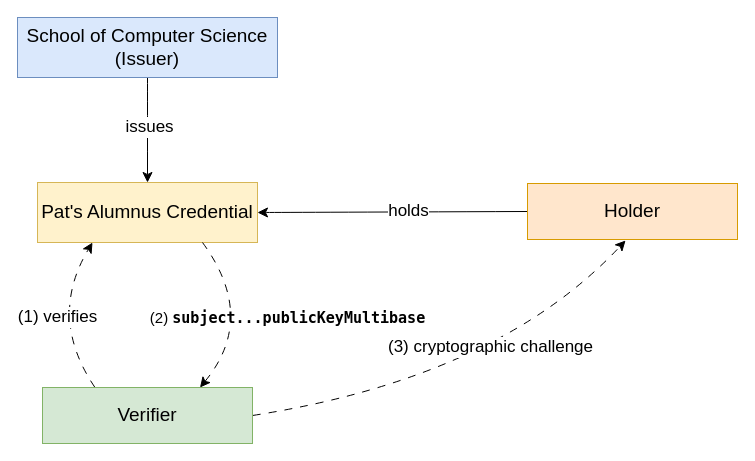
Earlier version of the draw.io diagram diagrams/confidence_chart.drawio (w3c/vc-overview). Source tidied: cells renumbered, new cells numbered last; positions are measured from the earlier drawing's top-left corner, leaving out a move shared by most shapes. Both pictures are drawn from the tidied source at 100%, with x=0, y=0 at pixel (17, 17).
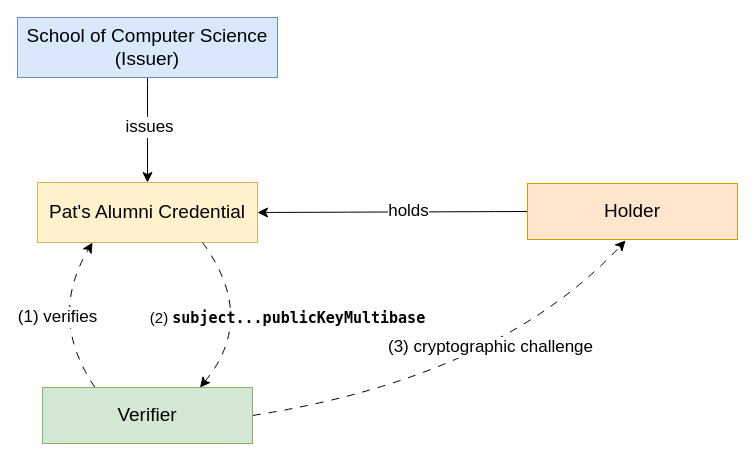
Above is the later version.

Change to the diagram source:
```diff
@@
 <mxGraphModel>
   <root>
     <mxCell id="0" />
     <mxCell id="1" parent="0" />
     <mxCell id="2" style="edgeStyle=none;curved=1;rounded=0;jettySize=auto;html=1;exitX=1;exitY=0.5;exitDx=0;exitDy=0;entryX=0;entryY=0.5;entryDx=0;entryDy=0;fontSize=12;startSize=8;endSize=8;startArrow=classic;startFill=1;endArrow=none;endFill=0;" parent="1" edge="1" source="4" target="13">
       <mxGeometry relative="1" as="geometry" />
     </mxCell>
     <mxCell id="3" value="&lt;font style=&quot;font-size: 17px;&quot;&gt;holds&lt;/font&gt;" style="edgeLabel;html=1;align=center;verticalAlign=middle;fontSize=12;" parent="2" vertex="1">
       <mxGeometry x="0.12" y="1" relative="1" as="geometry" />
     </mxCell>
-    <mxCell id="4" value="&lt;font style=&quot;font-size: 19px;&quot;&gt;Pat's Alumnus Credential&lt;/font&gt;" style="rounded=0;whiteSpace=wrap;html=1;fillColor=#fff2cc;strokeColor=#d6b656;" parent="1" vertex="1">
+    <mxCell id="4" value="&lt;font style=&quot;font-size: 19px;&quot;&gt;Pat's Alumni Credential&lt;/font&gt;" style="rounded=0;whiteSpace=wrap;html=1;fillColor=#fff2cc;strokeColor=#d6b656;" parent="1" vertex="1">
       <mxGeometry x="20" y="165" width="220" height="60" as="geometry" />
     </mxCell>
     <mxCell id="5" style="edgeStyle=none;curved=1;rounded=0;jettySize=auto;html=1;exitX=0.5;exitY=1;exitDx=0;exitDy=0;entryX=0.5;entryY=0;entryDx=0;entryDy=0;fontSize=12;startSize=8;endSize=8;" parent="1" edge="1" source="7" target="4">
       <mxGeometry relative="1" as="geometry" />
     </mxCell>
     <mxCell id="6" value="&lt;font style=&quot;font-size: 17px;&quot;&gt;issues&lt;/font&gt;" style="edgeLabel;html=1;align=center;verticalAlign=middle;fontSize=12;" parent="5" vertex="1">
       <mxGeometry x="-0.08" y="1" relative="1" as="geometry">
         <mxPoint y="1" as="offset" />
       </mxGeometry>
     </mxCell>
     <mxCell id="7" value="&lt;font style=&quot;font-size: 19px;&quot;&gt;School of Computer Science&lt;/font&gt;&lt;div&gt;&lt;span style=&quot;font-size: 19px;&quot;&gt;(Issuer)&lt;/span&gt;&lt;/div&gt;" style="rounded=0;whiteSpace=wrap;html=1;fillColor=#dae8fc;strokeColor=#6c8ebf;" parent="1" vertex="1">
       <mxGeometry width="260" height="60" as="geometry" />
     </mxCell>
     <mxCell id="8" value="&lt;font style=&quot;font-size: 17px;&quot;&gt;(1) verifies&lt;/font&gt;" style="edgeStyle=none;curved=1;rounded=0;jettySize=auto;html=1;exitX=0.25;exitY=0;exitDx=0;exitDy=0;fontSize=12;startSize=8;endSize=8;entryX=0.25;entryY=1;entryDx=0;entryDy=0;dashed=1;dashPattern=8 8;" parent="1" edge="1" source="12" target="4">
       <mxGeometry x="-0.08" y="-8" relative="1" as="geometry">
         <Array as="points">
           <mxPoint x="30" y="300" />
         </Array>
       </mxGeometry>
     </mxCell>
     <mxCell id="9" value="&lt;font style=&quot;font-size: 15px;&quot;&gt;(2) &lt;font face=&quot;Lucida Console&quot; style=&quot;font-weight: bold;&quot;&gt;subject...publicKeyMultibase&lt;/font&gt;&lt;/font&gt;" style="edgeStyle=none;curved=1;rounded=0;jettySize=auto;html=1;exitX=0.75;exitY=0;exitDx=0;exitDy=0;entryX=0.75;entryY=1;entryDx=0;entryDy=0;fontSize=12;startSize=8;endSize=8;startArrow=classic;startFill=1;endArrow=none;endFill=0;dashed=1;dashPattern=8 8;" parent="1" edge="1" source="12" target="4">
       <mxGeometry x="-0.01" y="-30" relative="1" as="geometry">
         <Array as="points">
           <mxPoint x="240" y="300" />
         </Array>
         <mxPoint x="6" y="18" as="offset" />
       </mxGeometry>
     </mxCell>
     <mxCell id="10" style="edgeStyle=none;curved=1;rounded=0;jettySize=auto;html=1;exitX=1;exitY=0.5;exitDx=0;exitDy=0;entryX=0.467;entryY=1.018;entryDx=0;entryDy=0;fontSize=12;startSize=8;endSize=8;entryPerimeter=0;dashed=1;dashPattern=8 8;" parent="1" edge="1" source="12" target="13">
       <mxGeometry relative="1" as="geometry">
         <Array as="points">
           <mxPoint x="480" y="360" />
         </Array>
       </mxGeometry>
     </mxCell>
     <mxCell id="11" value="&lt;font style=&quot;font-size: 17px;&quot;&gt;(3) cryptographic challenge&lt;/font&gt;" style="edgeLabel;html=1;align=center;verticalAlign=middle;fontSize=12;" parent="10" vertex="1">
       <mxGeometry x="0.12" relative="1" as="geometry">
         <mxPoint x="-4" y="-31" as="offset" />
       </mxGeometry>
     </mxCell>
     <mxCell id="12" value="&lt;font style=&quot;font-size: 19px;&quot;&gt;Verifier&lt;/font&gt;" style="rounded=0;whiteSpace=wrap;html=1;fillColor=#d5e8d4;strokeColor=#82b366;" parent="1" vertex="1">
       <mxGeometry x="25" y="370" width="210" height="56" as="geometry" />
     </mxCell>
     <mxCell id="13" value="&lt;font style=&quot;font-size: 19px;&quot;&gt;Holder&lt;/font&gt;" style="rounded=0;whiteSpace=wrap;html=1;fillColor=#ffe6cc;strokeColor=#d79b00;" parent="1" vertex="1">
       <mxGeometry x="510" y="166" width="210" height="56" as="geometry" />
     </mxCell>
   </root>
 </mxGraphModel>
```
